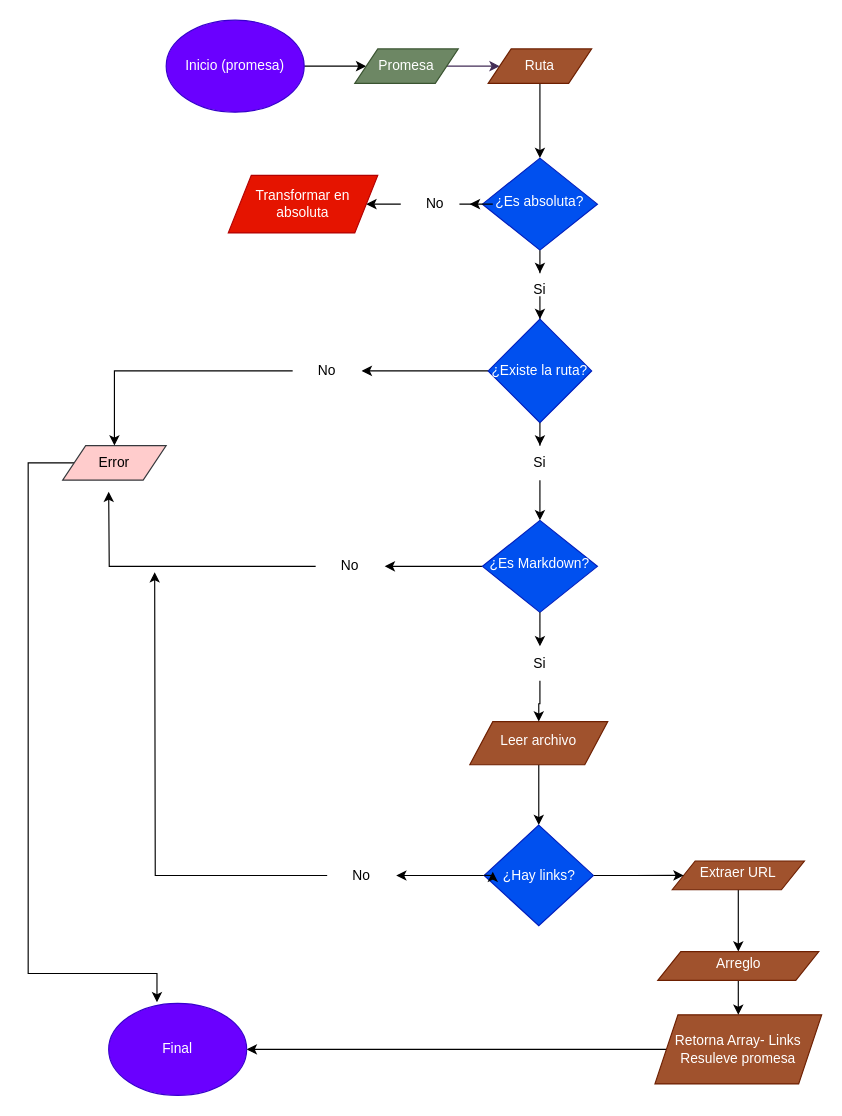
LorenaBarr/DEV010-md-links keeps this draw.io diagram as DiagramadeFlujoMdlinks.drawio. Above is the earlier version. Source tidied: cells renumbered, new cells numbered last; positions are measured from the earlier drawing's top-left corner, leaving out a move shared by most shapes. Both pictures are drawn from the tidied source at 115%, with x=0, y=0 at pixel (28, 20).
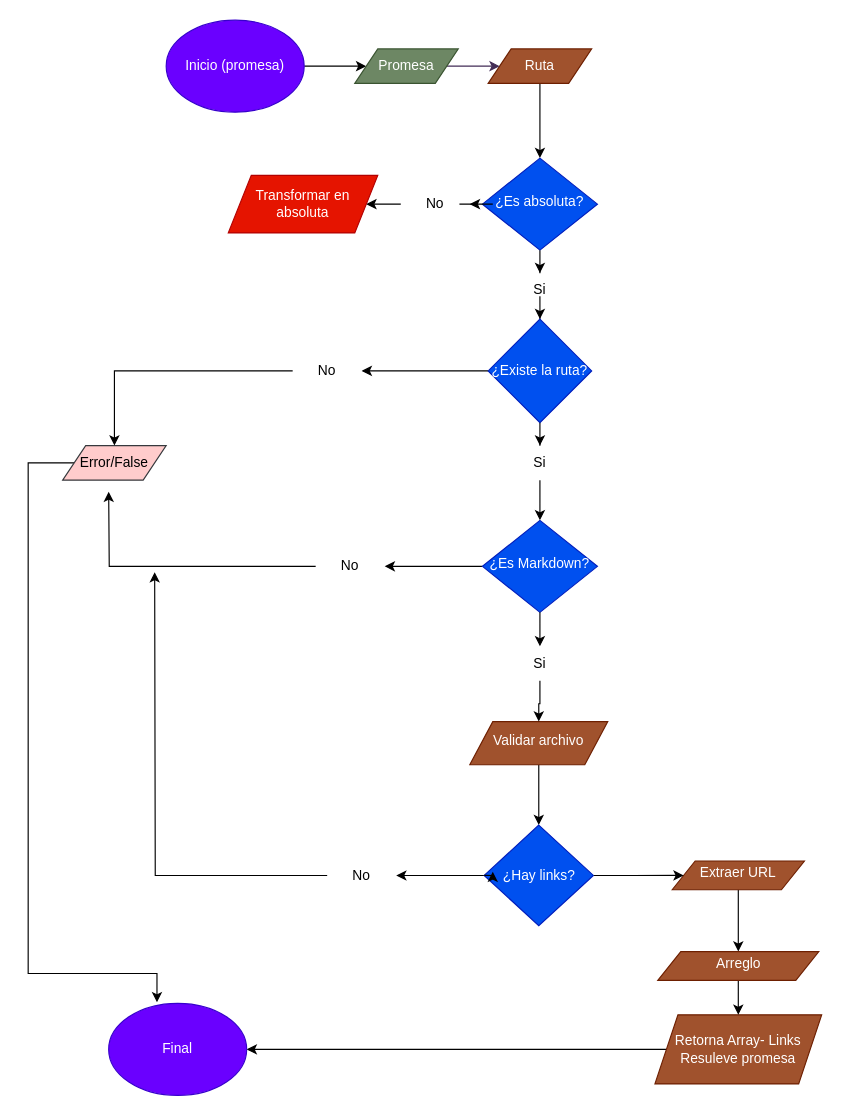
The same page after the edit.

Diff of the diagram source:
```diff
@@
-    <mxCell id="17" value="Error" style="shape=parallelogram;perimeter=parallelogramPerimeter;whiteSpace=wrap;html=1;fixedSize=1;fillColor=#ffcccc;strokeColor=#36393d;" parent="1" vertex="1">
+    <mxCell id="17" value="Error/False" style="shape=parallelogram;perimeter=parallelogramPerimeter;whiteSpace=wrap;html=1;fixedSize=1;fillColor=#ffcccc;strokeColor=#36393d;" parent="1" vertex="1">
       <mxGeometry x="30" y="370" width="90" height="30" as="geometry" />
     </mxCell>
@@
-    <mxCell id="26" value="Leer archivo" style="shape=parallelogram;perimeter=parallelogramPerimeter;whiteSpace=wrap;html=1;fixedSize=1;shadow=0;strokeWidth=1;spacing=6;spacingTop=-4;rounded=0;fillColor=#a0522d;fontColor=#ffffff;strokeColor=#6D1F00;" parent="1" vertex="1">
+    <mxCell id="26" value="Validar archivo" style="shape=parallelogram;perimeter=parallelogramPerimeter;whiteSpace=wrap;html=1;fixedSize=1;shadow=0;strokeWidth=1;spacing=6;spacingTop=-4;rounded=0;fillColor=#a0522d;fontColor=#ffffff;strokeColor=#6D1F00;" parent="1" vertex="1">
       <mxGeometry x="384" y="610" width="120" height="37.5" as="geometry" />
     </mxCell>
```
